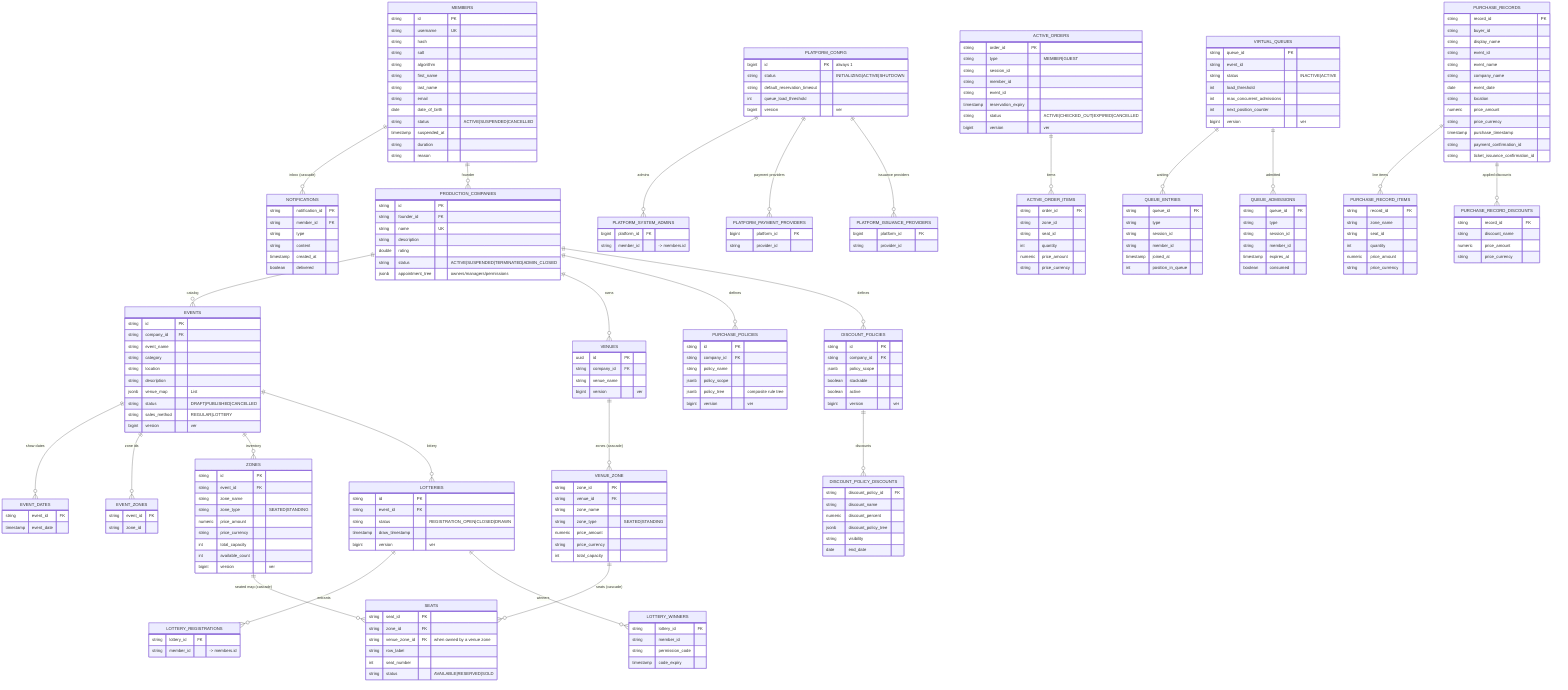
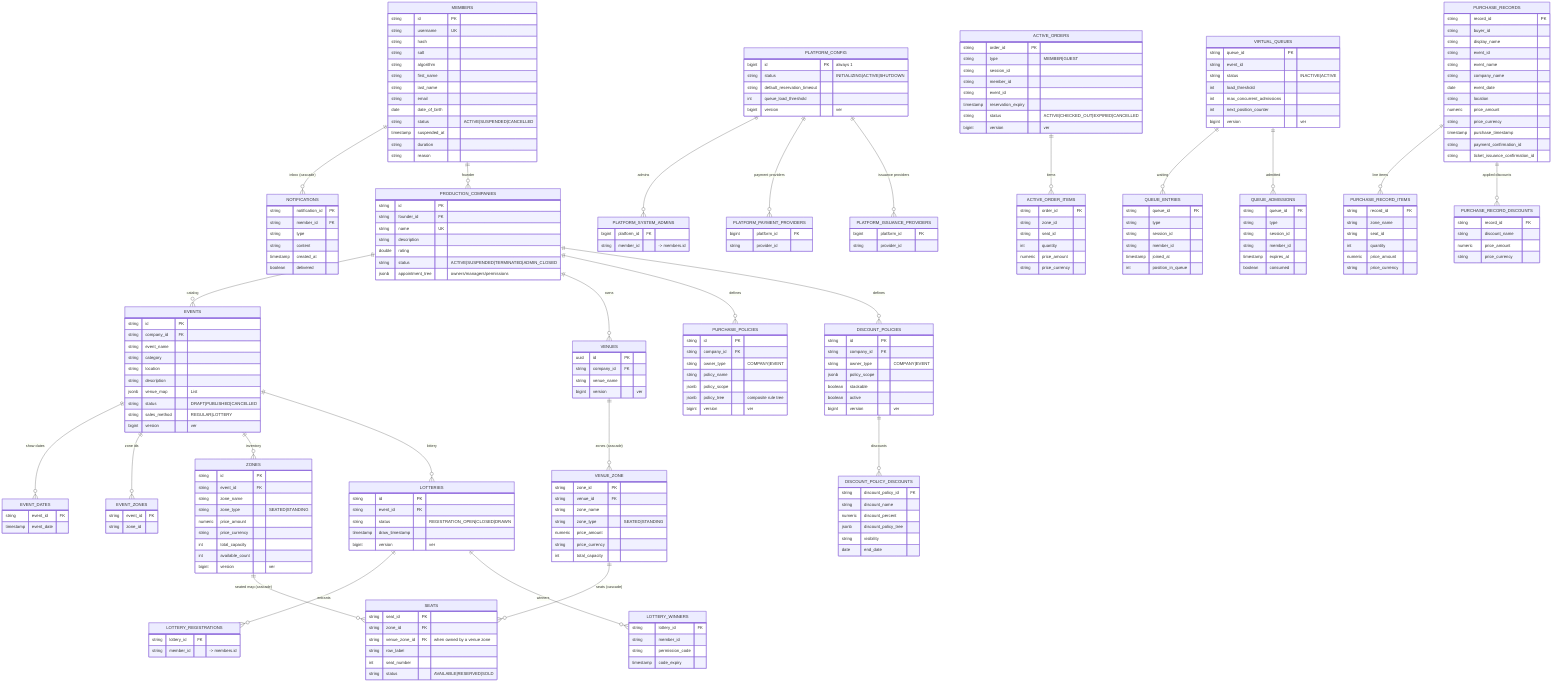
﻿erDiagram

    MEMBERS ||--o{ NOTIFICATIONS : "inbox (cascade)"
    MEMBERS {
        string id PK
        string username UK
        string hash
        string salt
        string algorithm
        string first_name
        string last_name
        string email
        date   date_of_birth
        string status "ACTIVE|SUSPENDED|CANCELLED"
        timestamp suspended_at
        string duration
        string reason
    }
    NOTIFICATIONS {
        string notification_id PK
        string member_id FK
        string type
        string content
        timestamp created_at
        boolean delivered
    }

    PLATFORM_CONFIG ||--o{ PLATFORM_SYSTEM_ADMINS : "admins"
    PLATFORM_CONFIG ||--o{ PLATFORM_PAYMENT_PROVIDERS : "payment providers"
    PLATFORM_CONFIG ||--o{ PLATFORM_ISSUANCE_PROVIDERS : "issuance providers"
    PLATFORM_CONFIG {
        bigint id PK "always 1"
        string status "INITIALIZING|ACTIVE|SHUTDOWN"
        string default_reservation_timeout
        int    queue_load_threshold
        bigint version "ver"
    }
    PLATFORM_SYSTEM_ADMINS {
        bigint platform_id FK
        string member_id "-> members.id"
    }
    PLATFORM_PAYMENT_PROVIDERS {
        bigint platform_id FK
        string provider_id
    }
    PLATFORM_ISSUANCE_PROVIDERS {
        bigint platform_id FK
        string provider_id
    }

    MEMBERS ||--o{ PRODUCTION_COMPANIES : "founder"
    PRODUCTION_COMPANIES ||--o{ EVENTS : "catalog"
    PRODUCTION_COMPANIES ||--o{ VENUES : "owns"
    PRODUCTION_COMPANIES ||--o{ PURCHASE_POLICIES : "defines"
    PRODUCTION_COMPANIES ||--o{ DISCOUNT_POLICIES : "defines"
    PRODUCTION_COMPANIES {
        string id PK
        string founder_id FK
        string name UK
        string description
        double rating
        string status "ACTIVE|SUSPENDED|TERMINATED|ADMIN_CLOSED"
        jsonb  appointment_tree "owners/managers/permissions"
    }

    EVENTS ||--o{ EVENT_DATES : "show dates"
    EVENTS ||--o{ EVENT_ZONES : "zone ids"
    EVENTS ||--o{ ZONES : "inventory"
    EVENTS ||--o{ LOTTERIES : "lottery"
    EVENTS {
        string id PK
        string company_id FK
        string event_name
        string category
        string location
        string description
        jsonb  venue_map "List<MapElement>"
        string status "DRAFT|PUBLISHED|CANCELLED"
        string sales_method "REGULAR|LOTTERY"
        bigint version "ver"
    }
    EVENT_DATES {
        string event_id FK
        timestamp event_date
    }
    EVENT_ZONES {
        string event_id FK
        string zone_id
    }

    ZONES ||--o{ SEATS : "seated map (cascade)"
    ZONES {
        string id PK
        string event_id FK
        string zone_name
        string zone_type "SEATED|STANDING"
        numeric price_amount
        string  price_currency
        int total_capacity
        int available_count
        bigint version "ver"
    }
    SEATS {
        string seat_id PK
        string zone_id FK
        string venue_zone_id FK "when owned by a venue zone"
        string row_label
        int seat_number
        string status "AVAILABLE|RESERVED|SOLD"
    }

    VENUES ||--o{ VENUE_ZONE : "zones (cascade)"
    VENUE_ZONE ||--o{ SEATS : "seats (cascade)"
    VENUES {
        uuid id PK
        string company_id FK
        string venue_name
        bigint version "ver"
    }
    VENUE_ZONE {
        string zone_id PK
        string venue_id FK
        string zone_name
        string zone_type "SEATED|STANDING"
        numeric price_amount
        string  price_currency
        int total_capacity
    }

    LOTTERIES ||--o{ LOTTERY_REGISTRATIONS : "entrants"
    LOTTERIES ||--o{ LOTTERY_WINNERS : "winners"
    LOTTERIES {
        string id PK
        string event_id FK
        string status "REGISTRATION_OPEN|CLOSED|DRAWN"
        timestamp draw_timestamp
        bigint version "ver"
    }
    LOTTERY_REGISTRATIONS {
        string lottery_id FK
        string member_id "-> members.id"
    }
    LOTTERY_WINNERS {
        string lottery_id FK
        string member_id
        string permission_code
        timestamp code_expiry
    }

    ACTIVE_ORDERS ||--o{ ACTIVE_ORDER_ITEMS : "items"
    ACTIVE_ORDERS {
        string order_id PK
        string type "MEMBER|GUEST"
        string session_id
        string member_id
        string event_id
        timestamp reservation_expiry
        string status "ACTIVE|CHECKED_OUT|EXPIRED|CANCELLED"
        bigint version "ver"
    }
    ACTIVE_ORDER_ITEMS {
        string order_id FK
        string zone_id
        string seat_id
        int quantity
        numeric price_amount
        string price_currency
    }

    VIRTUAL_QUEUES ||--o{ QUEUE_ENTRIES : "waiting"
    VIRTUAL_QUEUES ||--o{ QUEUE_ADMISSIONS : "admitted"
    VIRTUAL_QUEUES {
        string queue_id PK
        string event_id
        string status "INACTIVE|ACTIVE"
        int load_threshold
        int max_concurrent_admissions
        int next_position_counter
        bigint version "ver"
    }
    QUEUE_ENTRIES {
        string queue_id FK
        string type
        string session_id
        string member_id
        timestamp joined_at
        int position_in_queue
    }
    QUEUE_ADMISSIONS {
        string queue_id FK
        string type
        string session_id
        string member_id
        timestamp expires_at
        boolean consumed
    }

    PURCHASE_RECORDS ||--o{ PURCHASE_RECORD_ITEMS : "line items"
    PURCHASE_RECORDS ||--o{ PURCHASE_RECORD_DISCOUNTS : "applied discounts"
    PURCHASE_RECORDS {
        string record_id PK
        string buyer_id
        string display_name
        string event_id
        string event_name
        string company_name
        date   event_date
        string location
        numeric price_amount
        string  price_currency
        timestamp purchase_timestamp
        string payment_confirmation_id
        string ticket_issuance_confirmation_id
    }
    PURCHASE_RECORD_ITEMS {
        string record_id FK
        string zone_name
        string seat_id
        int quantity
        numeric price_amount
        string price_currency
    }
    PURCHASE_RECORD_DISCOUNTS {
        string record_id FK
        string discount_name
        numeric price_amount
        string price_currency
    }

    PURCHASE_POLICIES {
        string id PK
        string company_id FK
+         string owner_type "COMPANY|EVENT"
        string policy_name
        jsonb  policy_scope
        jsonb  policy_tree "composite rule tree"
        bigint version "ver"
    }
    DISCOUNT_POLICIES ||--o{ DISCOUNT_POLICY_DISCOUNTS : "discounts"
    DISCOUNT_POLICIES {
        string id PK
        string company_id FK
+         string owner_type "COMPANY|EVENT"
        jsonb  policy_scope
        boolean stackable
        boolean active
        bigint version "ver"
    }
    DISCOUNT_POLICY_DISCOUNTS {
        string discount_policy_id FK
        string discount_name
        numeric discount_percent
        jsonb  discount_policy_tree
        string visibility
        date   end_date
    }
